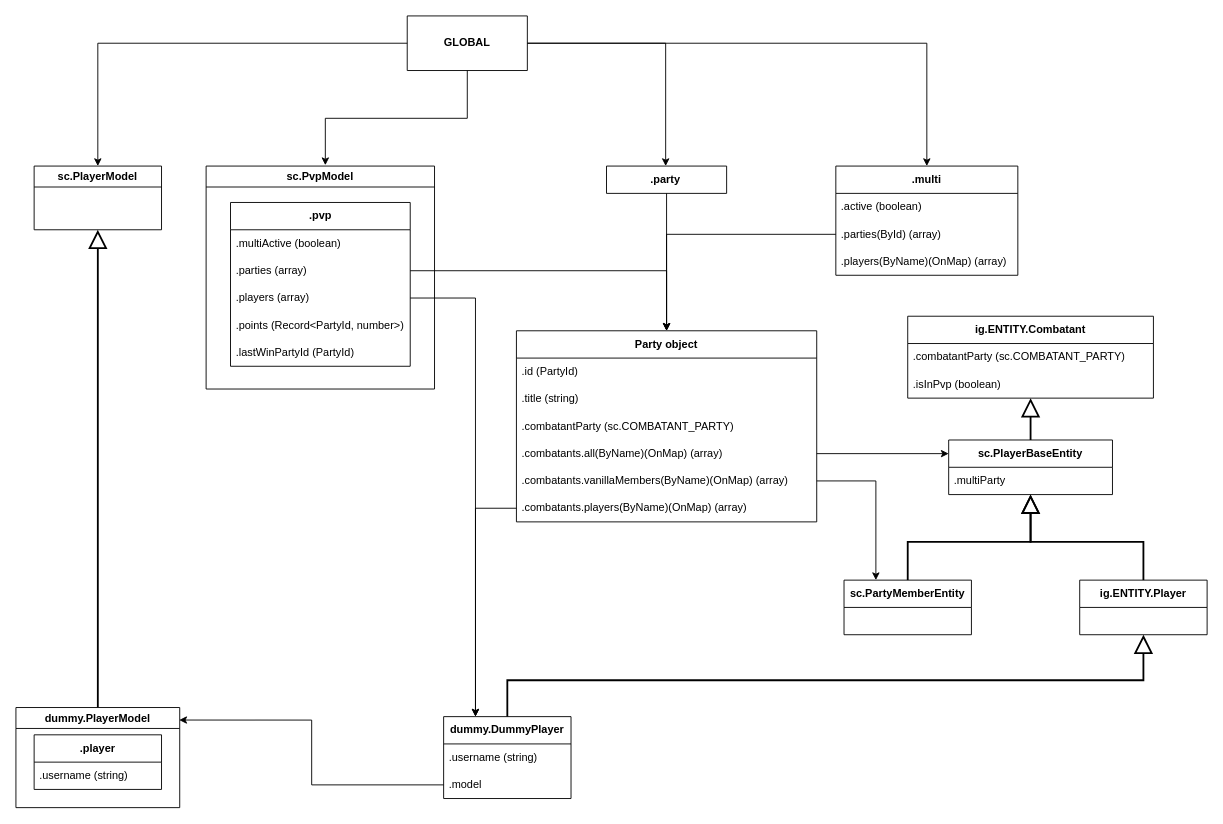
krypciak/cc-multibakery keeps this draw.io diagram as docs/drawio/game-vars.drawio. Above is the earlier version. Source tidied: cells renumbered, new cells numbered last; positions are measured from the earlier drawing's top-left corner, leaving out a move shared by most shapes. Both pictures are drawn from the tidied source at 91%, with x=0, y=0 at pixel (15, 15).
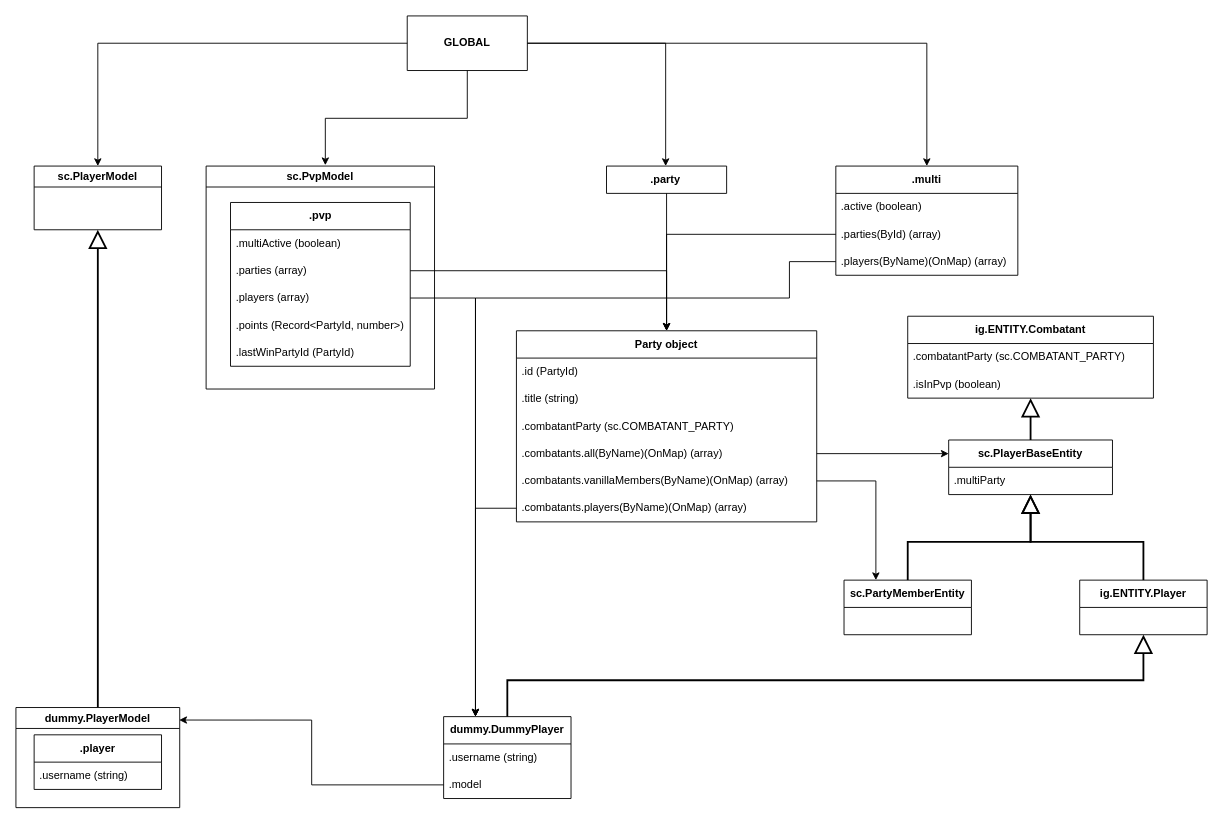
Above is the later version.

Commit message (it also covers changes not shown here):
Add missing multi.players and dummy.DummyPlayer arrow connection

Unchanged cells that the change refers to:
```xml
<mxCell id="12" value=".players(ByName)(OnMap) (array)" style="text;strokeColor=none;fillColor=none;align=left;verticalAlign=middle;spacingLeft=4;spacingRight=4;overflow=hidden;points=[[0,0.5],[1,0.5]];portConstraint=eastwest;whiteSpace=wrap;html=1;" parent="9" vertex="1">
  <mxGeometry y="90" width="200" height="30" as="geometry" />
</mxCell>
<mxCell id="21" value="&lt;b&gt;dummy.DummyPlayer&lt;/b&gt;" style="swimlane;fontStyle=0;horizontal=1;startSize=30;whiteSpace=wrap;html=1;" parent="1" vertex="1">
  <mxGeometry x="470" y="770" width="140" height="90" as="geometry" />
</mxCell>
```

The edit, as a diff of the source:
```diff
@@
+    <mxCell id="55" style="edgeStyle=orthogonalEdgeStyle;rounded=0;jettySize=auto;html=1;entryX=0.25;entryY=0;entryDx=0;entryDy=0;" parent="1" edge="1" source="12" target="21">
+      <mxGeometry relative="1" as="geometry">
+        <Array as="points">
+          <mxPoint x="850" y="270" />
+          <mxPoint x="850" y="310" />
+          <mxPoint x="505" y="310" />
+        </Array>
+      </mxGeometry>
+    </mxCell>
```
